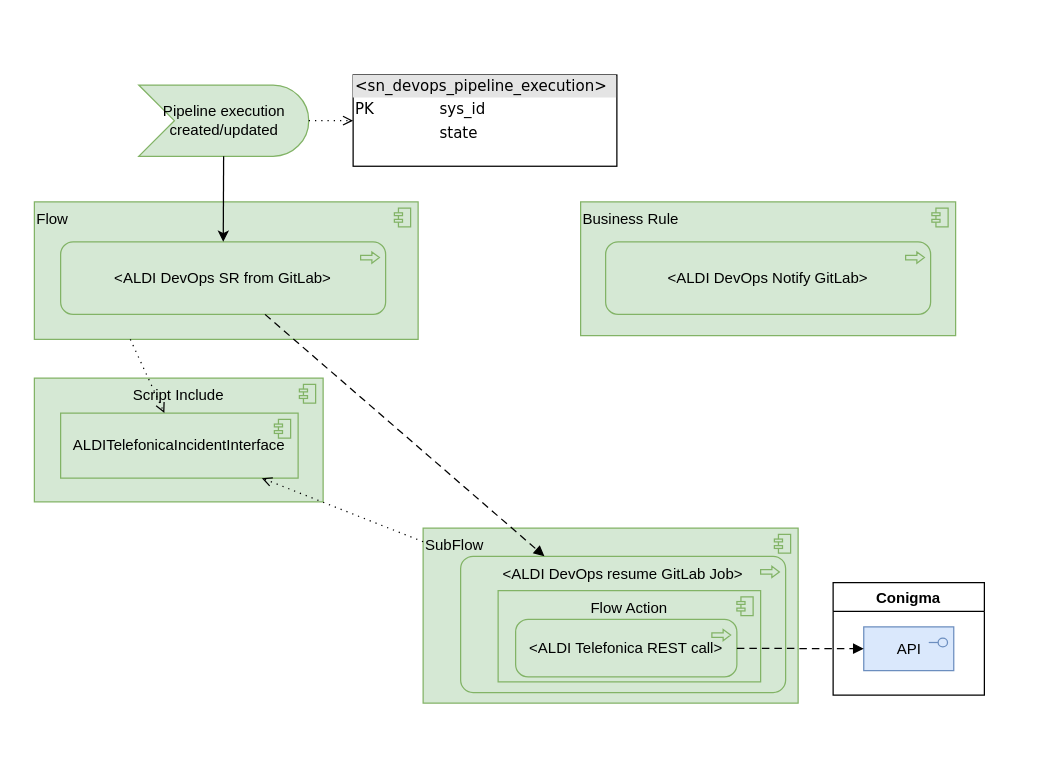
The draw.io diagram page "concept" (1 of 5) of GitLab2SN.drawio in algimas/tmp, before the edit. Source tidied: cells renumbered, new cells numbered last; positions are measured from the earlier drawing's top-left corner, leaving out a move shared by most shapes. Both pictures are drawn from the tidied source at 125%, with x=0, y=0 at pixel (34, 75).
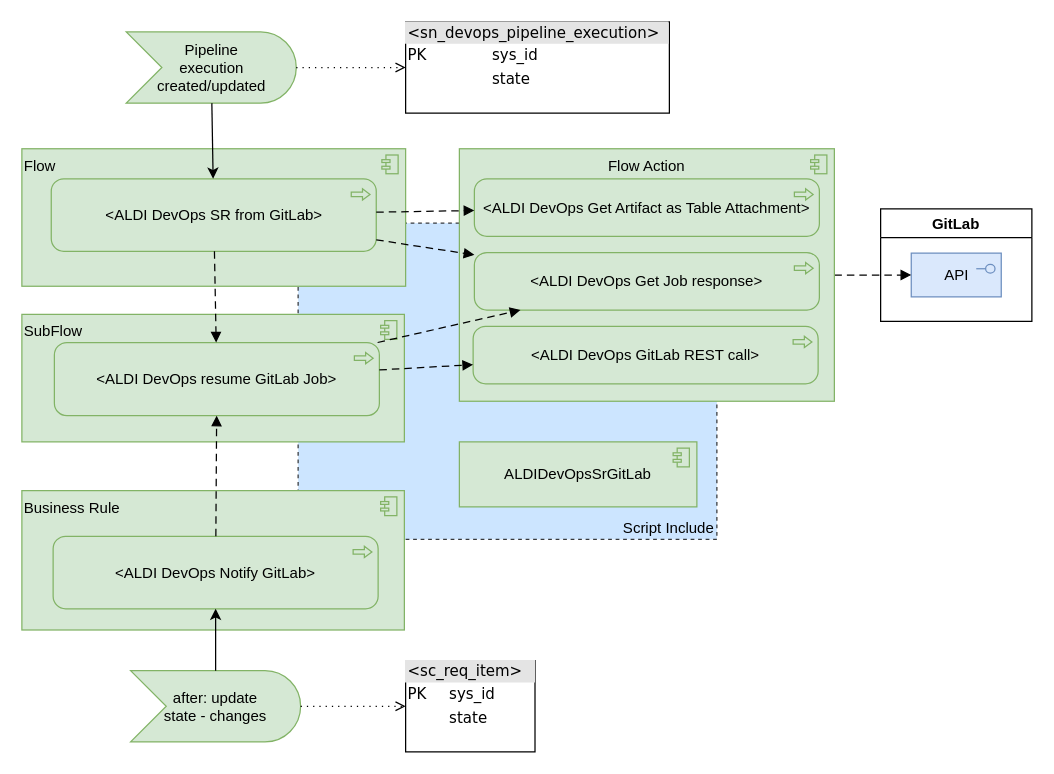
The same diagram, later.

The change refers to these unchanged cells:
```xml
<mxCell id="10" value="API" style="html=1;outlineConnect=0;whiteSpace=wrap;fillColor=#dae8fc;shape=mxgraph.archimate3.application;appType=interface;archiType=square;strokeColor=#6c8ebf;verticalAlign=middle;" parent="9" vertex="1">
  <mxGeometry x="24.5" y="35.5" width="72" height="35" as="geometry" />
</mxCell>
```

Change to the diagram source:
```diff
@@
+    <mxCell id="12" value="Script Include" style="html=1;whiteSpace=wrap;fillColor=#cce5ff;shape=mxgraph.archimate3.application;appType=comp;archiType=square;strokeColor=#36393d;verticalAlign=bottom;align=right;gradientColor=none;dashed=1;" parent="1" vertex="1">
+      <mxGeometry x="211" y="118" width="335" height="253" as="geometry" />
+    </mxCell>
     <mxCell id="2" value="Flow" style="html=1;outlineConnect=0;whiteSpace=wrap;fillColor=#d5e8d4;shape=mxgraph.archimate3.application;appType=comp;archiType=square;strokeColor=#82b366;verticalAlign=top;align=left;" parent="1" vertex="1">
-      <mxGeometry y="101" width="307" height="110" as="geometry" />
+      <mxGeometry x="-10" y="58.5" width="307" height="110" as="geometry" />
     </mxCell>
     <mxCell id="3" value="&amp;lt;ALDI DevOps SR from GitLab&amp;gt;" style="html=1;outlineConnect=0;whiteSpace=wrap;fillColor=#d5e8d4;shape=mxgraph.archimate3.application;appType=proc;archiType=rounded;strokeColor=#82b366;" parent="1" vertex="1">
-      <mxGeometry x="21" y="133" width="260" height="58" as="geometry" />
+      <mxGeometry x="13.5" y="82.5" width="260" height="58" as="geometry" />
     </mxCell>
     <mxCell id="4" value="SubFlow" style="html=1;outlineConnect=0;whiteSpace=wrap;fillColor=#d5e8d4;shape=mxgraph.archimate3.application;appType=comp;archiType=square;strokeColor=#82b366;verticalAlign=top;align=left;" parent="1" vertex="1">
-      <mxGeometry x="311" y="362" width="300" height="140" as="geometry" />
+      <mxGeometry x="-10" y="191" width="306" height="102" as="geometry" />
     </mxCell>
-    <mxCell id="5" value="&amp;lt;ALDI DevOps resume GitLab Job&amp;gt;" style="html=1;outlineConnect=0;whiteSpace=wrap;fillColor=#d5e8d4;shape=mxgraph.archimate3.application;appType=proc;archiType=rounded;strokeColor=#82b366;verticalAlign=top;" parent="1" vertex="1">
-      <mxGeometry x="341" y="384.5" width="260" height="109" as="geometry" />
+    <mxCell id="5" value="&amp;lt;ALDI DevOps resume GitLab Job&amp;gt;" style="html=1;outlineConnect=0;whiteSpace=wrap;fillColor=#d5e8d4;shape=mxgraph.archimate3.application;appType=proc;archiType=rounded;strokeColor=#82b366;verticalAlign=middle;" parent="1" vertex="1">
+      <mxGeometry x="16" y="213.5" width="260" height="58.5" as="geometry" />
     </mxCell>
-    <mxCell id="6" value="Pipeline execution created/updated" style="html=1;outlineConnect=0;whiteSpace=wrap;fillColor=#d5e8d4;shape=mxgraph.archimate3.event;strokeColor=#82b366;" parent="1" vertex="1">
-      <mxGeometry x="83.5" y="7.5" width="136" height="57" as="geometry" />
+    <mxCell id="6" value="Pipeline &lt;br&gt;execution created/updated" style="html=1;outlineConnect=0;whiteSpace=wrap;fillColor=#d5e8d4;shape=mxgraph.archimate3.event;strokeColor=#82b366;" parent="1" vertex="1">
+      <mxGeometry x="73.5" y="-35" width="136" height="57" as="geometry" />
     </mxCell>
@@
     <mxCell id="8" value="&lt;div style=&quot;box-sizing: border-box ; width: 100% ; background: #e4e4e4 ; padding: 2px&quot;&gt;&amp;lt;sn_devops_pipeline_execution&amp;gt;&lt;/div&gt;&lt;table style=&quot;width: 100% ; font-size: 1em&quot; cellpadding=&quot;2&quot; cellspacing=&quot;0&quot;&gt;&lt;tbody&gt;&lt;tr&gt;&lt;td&gt;PK&lt;/td&gt;&lt;td&gt;sys_id&lt;/td&gt;&lt;/tr&gt;&lt;tr&gt;&lt;td&gt;&lt;/td&gt;&lt;td&gt;state&lt;br&gt;&lt;/td&gt;&lt;/tr&gt;&lt;tr&gt;&lt;td&gt;&lt;br&gt;&lt;/td&gt;&lt;td&gt;&lt;br&gt;&lt;/td&gt;&lt;/tr&gt;&lt;tr&gt;&lt;td&gt;&lt;br&gt;&lt;/td&gt;&lt;td&gt;&lt;/td&gt;&lt;/tr&gt;&lt;/tbody&gt;&lt;/table&gt;" style="verticalAlign=top;align=left;overflow=fill;html=1;rounded=0;shadow=0;comic=0;labelBackgroundColor=none;strokeWidth=1;fontFamily=Verdana;fontSize=12;" parent="1" vertex="1">
-      <mxGeometry x="255" y="-0.5" width="211" height="73" as="geometry" />
+      <mxGeometry x="297" y="-43" width="211" height="73" as="geometry" />
     </mxCell>
-    <mxCell id="9" value="Conigma" style="swimlane;" parent="1" vertex="1">
-      <mxGeometry x="639" y="405.5" width="121" height="90" as="geometry" />
+    <mxCell id="9" value="GitLab" style="swimlane;" parent="1" vertex="1">
+      <mxGeometry x="677" y="106.5" width="121" height="90" as="geometry" />
     </mxCell>
@@
-    <mxCell id="12" value="Script Include" style="html=1;whiteSpace=wrap;fillColor=#d5e8d4;shape=mxgraph.archimate3.application;appType=comp;archiType=square;strokeColor=#82b366;verticalAlign=top;" parent="1" vertex="1">
-      <mxGeometry y="242" width="231" height="99" as="geometry" />
-    </mxCell>
-    <mxCell id="13" value="ALDITelefonicaIncidentInterface" style="html=1;outlineConnect=0;whiteSpace=wrap;fillColor=#d5e8d4;shape=mxgraph.archimate3.application;appType=comp;archiType=square;strokeColor=#82b366;verticalAlign=middle;" parent="1" vertex="1">
-      <mxGeometry x="21" y="270" width="190" height="52" as="geometry" />
+    <mxCell id="13" value="ALDIDevOpsSrGitLab" style="html=1;outlineConnect=0;whiteSpace=wrap;fillColor=#d5e8d4;shape=mxgraph.archimate3.application;appType=comp;archiType=square;strokeColor=#82b366;verticalAlign=middle;" parent="1" vertex="1">
+      <mxGeometry x="340" y="293" width="190" height="52" as="geometry" />
     </mxCell>
-    <mxCell id="14" style="html=1;endArrow=open;elbow=vertical;endFill=0;dashed=1;dashPattern=1 4;rounded=0;fillColor=#00b9f2;" parent="1" edge="1" source="4" target="13">
-      <mxGeometry relative="1" as="geometry" />
-    </mxCell>
@@
-    <mxCell id="16" value="Flow Action" style="html=1;outlineConnect=0;whiteSpace=wrap;fillColor=#d5e8d4;shape=mxgraph.archimate3.application;appType=comp;archiType=square;strokeColor=#82b366;verticalAlign=top;" parent="1" vertex="1">
-      <mxGeometry x="371" y="412" width="210" height="73" as="geometry" />
-    </mxCell>
-    <mxCell id="17" value="&amp;lt;ALDI&amp;nbsp;Telefonica REST call&amp;gt;" style="html=1;outlineConnect=0;whiteSpace=wrap;fillColor=#d5e8d4;shape=mxgraph.archimate3.application;appType=proc;archiType=rounded;strokeColor=#82b366;" parent="1" vertex="1">
-      <mxGeometry x="385" y="435" width="177" height="46" as="geometry" />
-    </mxCell>
-    <mxCell id="18" style="html=1;endArrow=open;elbow=vertical;endFill=0;dashed=1;dashPattern=1 4;rounded=0;fillColor=#00b9f2;exitX=0.25;exitY=1;exitDx=0;exitDy=0;exitPerimeter=0;" parent="1" edge="1" source="2" target="13">
-      <mxGeometry relative="1" as="geometry" />
-    </mxCell>
-    <mxCell id="19" style="html=1;endArrow=block;dashed=1;elbow=vertical;endFill=1;dashPattern=6 4;rounded=0;fontSize=12;" parent="1" edge="1" source="17" target="10">
+    <mxCell id="19" style="html=1;endArrow=block;dashed=1;elbow=vertical;endFill=1;dashPattern=6 4;rounded=0;fontSize=12;" parent="1" edge="1" source="16" target="10">
       <mxGeometry relative="1" as="geometry" />
     </mxCell>
     <mxCell id="20" value="Business Rule" style="html=1;whiteSpace=wrap;fillColor=#d5e8d4;shape=mxgraph.archimate3.application;appType=comp;archiType=square;strokeColor=#82b366;verticalAlign=top;align=left;" parent="1" vertex="1">
-      <mxGeometry x="437" y="101" width="300" height="107" as="geometry" />
+      <mxGeometry x="-10" y="332" width="306" height="111.5" as="geometry" />
     </mxCell>
     <mxCell id="21" value="&amp;lt;ALDI DevOps Notify GitLab&amp;gt;" style="html=1;outlineConnect=0;whiteSpace=wrap;fillColor=#d5e8d4;shape=mxgraph.archimate3.application;appType=proc;archiType=rounded;strokeColor=#82b366;" parent="1" vertex="1">
-      <mxGeometry x="457" y="133" width="260" height="58" as="geometry" />
+      <mxGeometry x="15" y="368.5" width="260" height="58" as="geometry" />
     </mxCell>
+    <mxCell id="22" value="after: update&lt;br&gt;state - changes" style="html=1;outlineConnect=0;whiteSpace=wrap;fillColor=#d5e8d4;shape=mxgraph.archimate3.event;strokeColor=#82b366;" parent="1" vertex="1">
+      <mxGeometry x="77" y="476" width="136" height="57" as="geometry" />
+    </mxCell>
+    <mxCell id="23" style="edgeStyle=none;rounded=0;jettySize=auto;html=1;fontSize=6;" parent="1" edge="1" source="22" target="21">
+      <mxGeometry relative="1" as="geometry" />
+    </mxCell>
+    <mxCell id="24" value="&lt;div style=&quot;box-sizing: border-box ; width: 100% ; background: #e4e4e4 ; padding: 2px&quot;&gt;&amp;lt;sc_req_item&amp;gt;&lt;/div&gt;&lt;table style=&quot;width: 100% ; font-size: 1em&quot; cellpadding=&quot;2&quot; cellspacing=&quot;0&quot;&gt;&lt;tbody&gt;&lt;tr&gt;&lt;td&gt;PK&lt;/td&gt;&lt;td&gt;sys_id&lt;/td&gt;&lt;/tr&gt;&lt;tr&gt;&lt;td&gt;&lt;/td&gt;&lt;td&gt;state&lt;br&gt;&lt;/td&gt;&lt;/tr&gt;&lt;tr&gt;&lt;td&gt;&lt;br&gt;&lt;/td&gt;&lt;td&gt;&lt;br&gt;&lt;/td&gt;&lt;/tr&gt;&lt;tr&gt;&lt;td&gt;&lt;br&gt;&lt;/td&gt;&lt;td&gt;&lt;/td&gt;&lt;/tr&gt;&lt;/tbody&gt;&lt;/table&gt;" style="verticalAlign=top;align=left;overflow=fill;html=1;rounded=0;shadow=0;comic=0;labelBackgroundColor=none;strokeWidth=1;fontFamily=Verdana;fontSize=12;" parent="1" vertex="1">
+      <mxGeometry x="297" y="468" width="103.5" height="73" as="geometry" />
+    </mxCell>
+    <mxCell id="25" style="html=1;endArrow=open;elbow=vertical;endFill=0;dashed=1;dashPattern=1 4;rounded=0;fillColor=#00b9f2;" parent="1" edge="1" source="22" target="24">
+      <mxGeometry relative="1" as="geometry" />
+    </mxCell>
+    <mxCell id="26" style="html=1;endArrow=block;dashed=1;elbow=vertical;endFill=1;dashPattern=6 4;rounded=0;fontSize=12;" parent="1" edge="1" source="21" target="5">
+      <mxGeometry relative="1" as="geometry" />
+    </mxCell>
+    <mxCell id="16" value="Flow Action" style="html=1;outlineConnect=0;whiteSpace=wrap;fillColor=#d5e8d4;shape=mxgraph.archimate3.application;appType=comp;archiType=square;strokeColor=#82b366;verticalAlign=top;" parent="1" vertex="1">
+      <mxGeometry x="340" y="58.5" width="300" height="202" as="geometry" />
+    </mxCell>
+    <mxCell id="27" value="&amp;lt;ALDI&amp;nbsp;DevOps Get Job response&amp;gt;" style="html=1;outlineConnect=0;whiteSpace=wrap;fillColor=#d5e8d4;shape=mxgraph.archimate3.application;appType=proc;archiType=rounded;strokeColor=#82b366;" parent="1" vertex="1">
+      <mxGeometry x="352" y="141.5" width="276" height="46" as="geometry" />
+    </mxCell>
+    <mxCell id="28" value="&amp;lt;ALDI&amp;nbsp;DevOps Get Artifact as Table Attachment&amp;gt;" style="html=1;outlineConnect=0;whiteSpace=wrap;fillColor=#d5e8d4;shape=mxgraph.archimate3.application;appType=proc;archiType=rounded;strokeColor=#82b366;" parent="1" vertex="1">
+      <mxGeometry x="352" y="82.5" width="276" height="46" as="geometry" />
+    </mxCell>
+    <mxCell id="29" value="&amp;lt;ALDI&amp;nbsp;DevOps GitLab REST call&amp;gt;" style="html=1;outlineConnect=0;whiteSpace=wrap;fillColor=#d5e8d4;shape=mxgraph.archimate3.application;appType=proc;archiType=rounded;strokeColor=#82b366;" parent="1" vertex="1">
+      <mxGeometry x="351" y="200.5" width="276" height="46" as="geometry" />
+    </mxCell>
+    <mxCell id="30" style="html=1;endArrow=block;dashed=1;elbow=vertical;endFill=1;dashPattern=6 4;rounded=0;fontSize=12;" parent="1" edge="1" source="5" target="29">
+      <mxGeometry relative="1" as="geometry" />
+    </mxCell>
+    <mxCell id="31" style="html=1;endArrow=block;dashed=1;elbow=vertical;endFill=1;dashPattern=6 4;rounded=0;fontSize=12;" parent="1" edge="1" source="5" target="27">
+      <mxGeometry relative="1" as="geometry" />
+    </mxCell>
+    <mxCell id="32" style="html=1;endArrow=block;dashed=1;elbow=vertical;endFill=1;dashPattern=6 4;rounded=0;fontSize=12;" parent="1" edge="1" source="3" target="28">
+      <mxGeometry relative="1" as="geometry" />
+    </mxCell>
+    <mxCell id="33" style="html=1;endArrow=block;dashed=1;elbow=vertical;endFill=1;dashPattern=6 4;rounded=0;fontSize=12;" parent="1" edge="1" source="3" target="27">
+      <mxGeometry relative="1" as="geometry" />
+    </mxCell>
```
